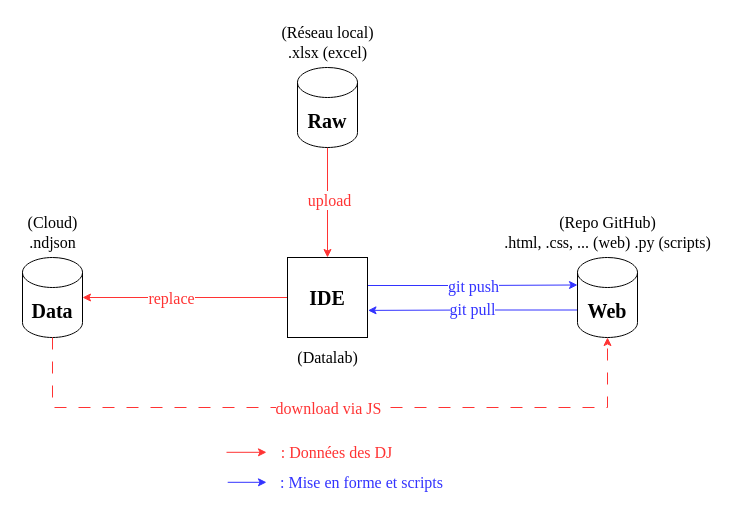
The draw.io diagram documentation/visuels/DataFlowObservatoire.drawio in 139bercy/dashboard_widgets, before the edit. Source tidied: cells renumbered, new cells numbered last; positions are measured from the earlier drawing's top-left corner, leaving out a move shared by most shapes. Both pictures are drawn from the tidied source at 100%, with x=0, y=0 at pixel (17, 17).
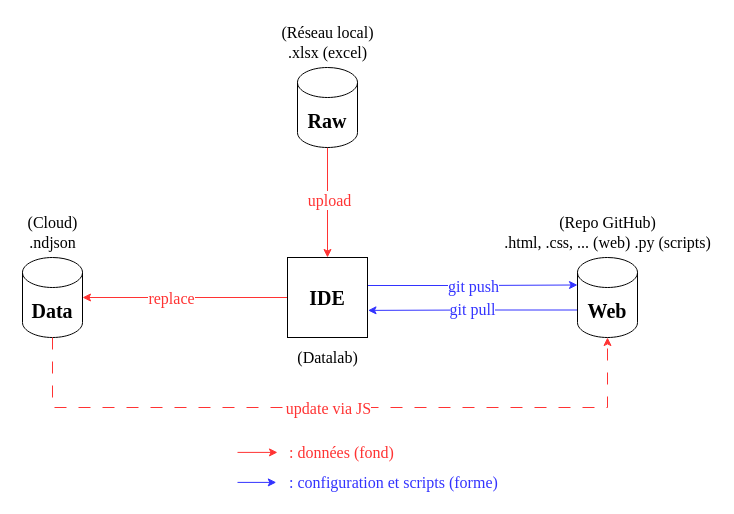
After the change.

The change refers to these unchanged cells:
```xml
<mxCell id="17" style="edgeStyle=orthogonalEdgeStyle;rounded=0;jettySize=auto;html=1;exitX=0.5;exitY=1;exitDx=0;exitDy=0;exitPerimeter=0;entryX=0.5;entryY=1;entryDx=0;entryDy=0;entryPerimeter=0;strokeColor=#FF3333;dashed=1;dashPattern=12 12;" parent="1" edge="1" source="16" target="11">
  <mxGeometry relative="1" as="geometry">
    <Array as="points">
      <mxPoint x="35" y="390" />
      <mxPoint x="590" y="390" />
    </Array>
  </mxGeometry>
</mxCell>
```

Diff of the diagram source:
```diff
@@
-    <mxCell id="18" value="&lt;font style=&quot;font-size: 16px;&quot; face=&quot;Times New Roman&quot;&gt;download via JS&lt;br style=&quot;font-size: 16px;&quot;&gt;&lt;/font&gt;" style="edgeLabel;html=1;align=center;verticalAlign=middle;fontColor=#FF3333;fontSize=16;" parent="17" vertex="1">
+    <mxCell id="18" value="&lt;font style=&quot;font-size: 16px;&quot; face=&quot;Times New Roman&quot;&gt;update via JS&lt;br style=&quot;font-size: 16px;&quot;&gt;&lt;/font&gt;" style="edgeLabel;html=1;align=center;verticalAlign=middle;fontColor=#FF3333;fontSize=16;" parent="17" vertex="1">
       <mxGeometry x="0.03" y="-1" relative="1" as="geometry">
         <mxPoint x="-13" y="-1" as="offset" />
       </mxGeometry>
     </mxCell>
@@
     <mxCell id="20" style="group;" parent="1" vertex="1">
-      <mxGeometry x="209" y="420" width="180" height="30" as="geometry" />
+      <mxGeometry x="209" y="420" width="191" height="30" as="geometry" />
     </mxCell>
     <mxCell id="21" style="endArrow=classic;html=1;rounded=0;strokeColor=#FF3333;" parent="20" edge="1">
       <mxGeometry relative="1" as="geometry">
-        <mxPoint y="14.8" as="sourcePoint" />
-        <mxPoint x="40" y="14.8" as="targetPoint" />
+        <mxPoint x="11" y="14.9" as="sourcePoint" />
+        <mxPoint x="51" y="14.9" as="targetPoint" />
       </mxGeometry>
     </mxCell>
-    <mxCell id="22" value="&lt;font style=&quot;font-size: 16px;&quot; color=&quot;#ff3333&quot;&gt;: Données des DJ&lt;/font&gt;" style="text;html=1;align=center;verticalAlign=middle;strokeColor=none;fillColor=none;fontFamily=Times New Roman;" parent="20" vertex="1">
-      <mxGeometry x="40" width="140" height="30" as="geometry" />
+    <mxCell id="22" value="&lt;div align=&quot;left&quot;&gt;&lt;font style=&quot;font-size: 16px;&quot; color=&quot;#ff3333&quot;&gt;: données (fond)&lt;/font&gt;&lt;br&gt;&lt;/div&gt;" style="text;html=1;align=left;verticalAlign=middle;strokeColor=none;fillColor=none;fontFamily=Times New Roman;" parent="20" vertex="1">
+      <mxGeometry x="61" width="130" height="30" as="geometry" />
     </mxCell>
     <mxCell id="23" style="group;" parent="1" vertex="1">
-      <mxGeometry x="210.2" y="450" width="228.8" height="30" as="geometry" />
+      <mxGeometry x="210.2" y="450" width="274.8" height="30" as="geometry" />
     </mxCell>
-    <mxCell id="24" value="&lt;font style=&quot;font-size: 16px;&quot; color=&quot;#3333ff&quot;&gt;: Mise en forme et scripts&lt;/font&gt;" style="text;html=1;align=center;verticalAlign=middle;strokeColor=none;fillColor=none;fontFamily=Times New Roman;" parent="23" vertex="1">
-      <mxGeometry x="38.8" width="190" height="30" as="geometry" />
+    <mxCell id="24" value="&lt;font style=&quot;font-size: 16px;&quot; color=&quot;#3333ff&quot;&gt;: configuration et scripts (forme)&lt;br&gt;&lt;/font&gt;" style="text;html=1;align=left;verticalAlign=middle;strokeColor=none;fillColor=none;fontFamily=Times New Roman;" parent="23" vertex="1">
+      <mxGeometry x="59.8" width="230" height="30" as="geometry" />
     </mxCell>
     <mxCell id="25" style="endArrow=classic;html=1;rounded=0;strokeColor=#3333FF;" parent="23" edge="1">
       <mxGeometry relative="1" as="geometry">
-        <mxPoint y="14.8" as="sourcePoint" />
-        <mxPoint x="38.8" y="14.8" as="targetPoint" />
+        <mxPoint x="9.8" y="14.9" as="sourcePoint" />
+        <mxPoint x="48.6" y="14.9" as="targetPoint" />
       </mxGeometry>
     </mxCell>
```
